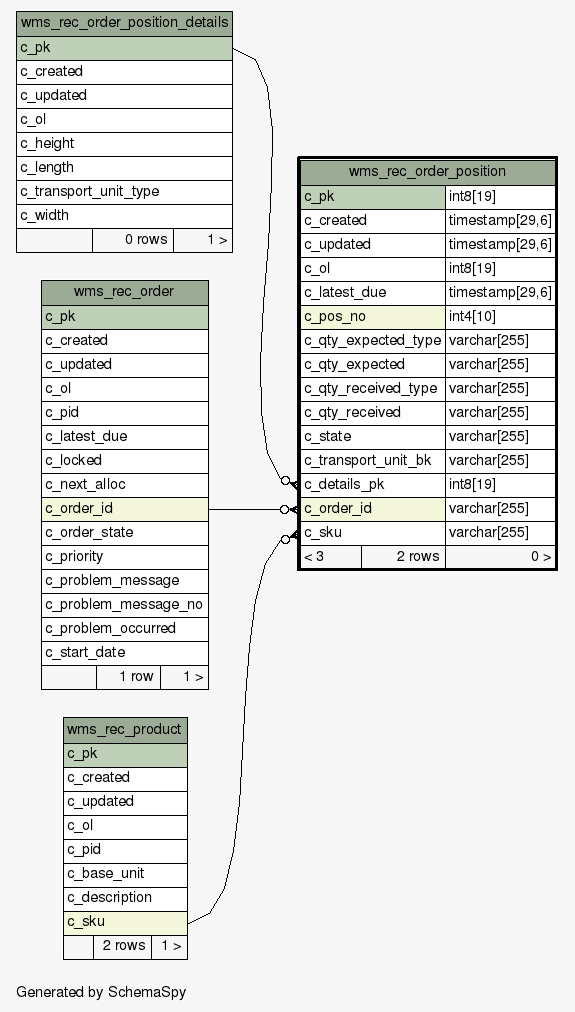
The Graphviz diagram schemaspy/diagrams/wms_rec_order_position.1degree.png in openwms/org.openwms.wms.receiving.lib, before a commit. Its source is kept beside it as schemaspy/diagrams/wms_rec_order_position.1degree.dot.
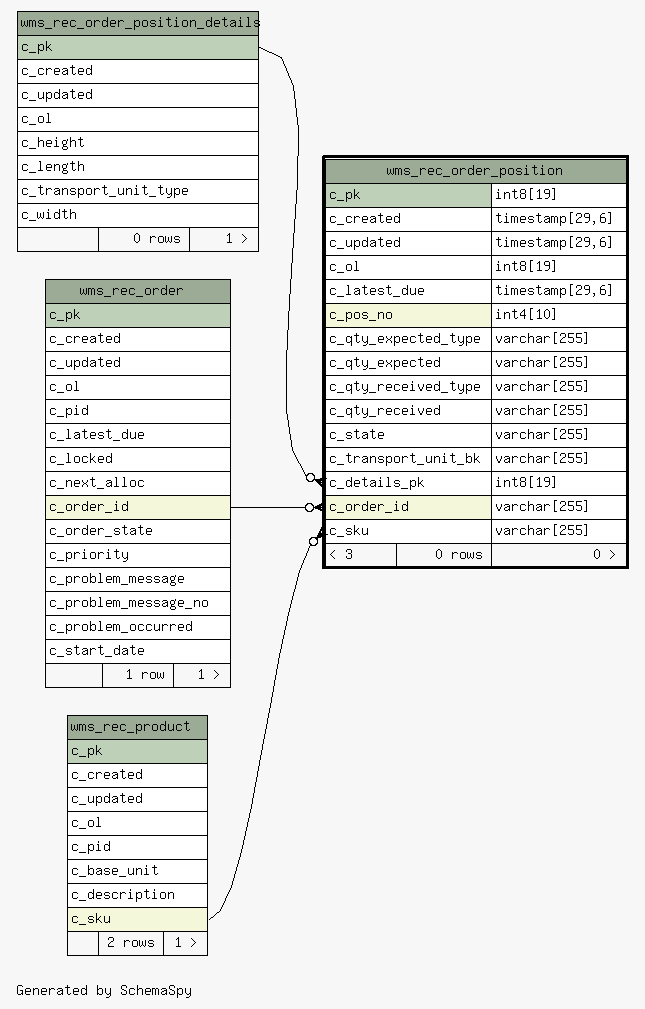
Above is the later version.

Change to the diagram source:
```diff
@@ -63,7 +63,7 @@
       <TR><TD PORT="c_details_pk" COLSPAN="2" ALIGN="LEFT">c_details_pk</TD><TD PORT="c_details_pk.type" ALIGN="LEFT">int8[19]</TD></TR>
       <TR><TD PORT="c_order_id" COLSPAN="2" BGCOLOR="#f4f7da" ALIGN="LEFT">c_order_id</TD><TD PORT="c_order_id.type" ALIGN="LEFT">varchar[255]</TD></TR>
       <TR><TD PORT="c_sku" COLSPAN="2" ALIGN="LEFT">c_sku</TD><TD PORT="c_sku.type" ALIGN="LEFT">varchar[255]</TD></TR>
-      <TR><TD ALIGN="LEFT" BGCOLOR="#f7f7f7">&lt; 3</TD><TD ALIGN="RIGHT" BGCOLOR="#f7f7f7">2 rows</TD><TD ALIGN="RIGHT" BGCOLOR="#f7f7f7">0 &gt;</TD></TR>
+      <TR><TD ALIGN="LEFT" BGCOLOR="#f7f7f7">&lt; 3</TD><TD ALIGN="RIGHT" BGCOLOR="#f7f7f7">0 rows</TD><TD ALIGN="RIGHT" BGCOLOR="#f7f7f7">0 &gt;</TD></TR>
     </TABLE>>
     URL="wms_rec_order_position.html"
     tooltip="wms_rec_order_position"
```
